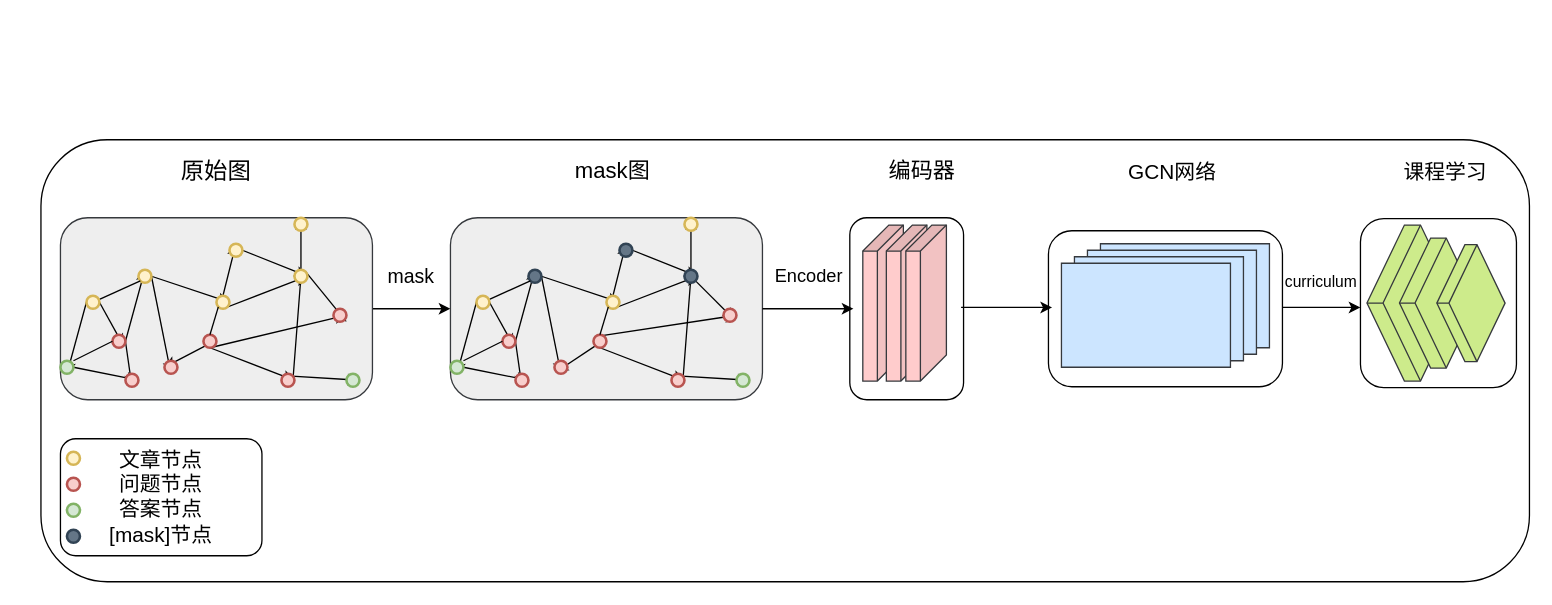
The draw.io diagram page "第 1 页" (1 of 2) of img/未命名绘图.drawio in Chenjingxue/ubiquitous-octo-garbanzo, before the edit. Source tidied: cells renumbered, new cells numbered last; positions are measured from the earlier drawing's top-left corner, leaving out a move shared by most shapes. Both pictures are drawn from the tidied source at 130%, with x=0, y=0 at pixel (40, 139).
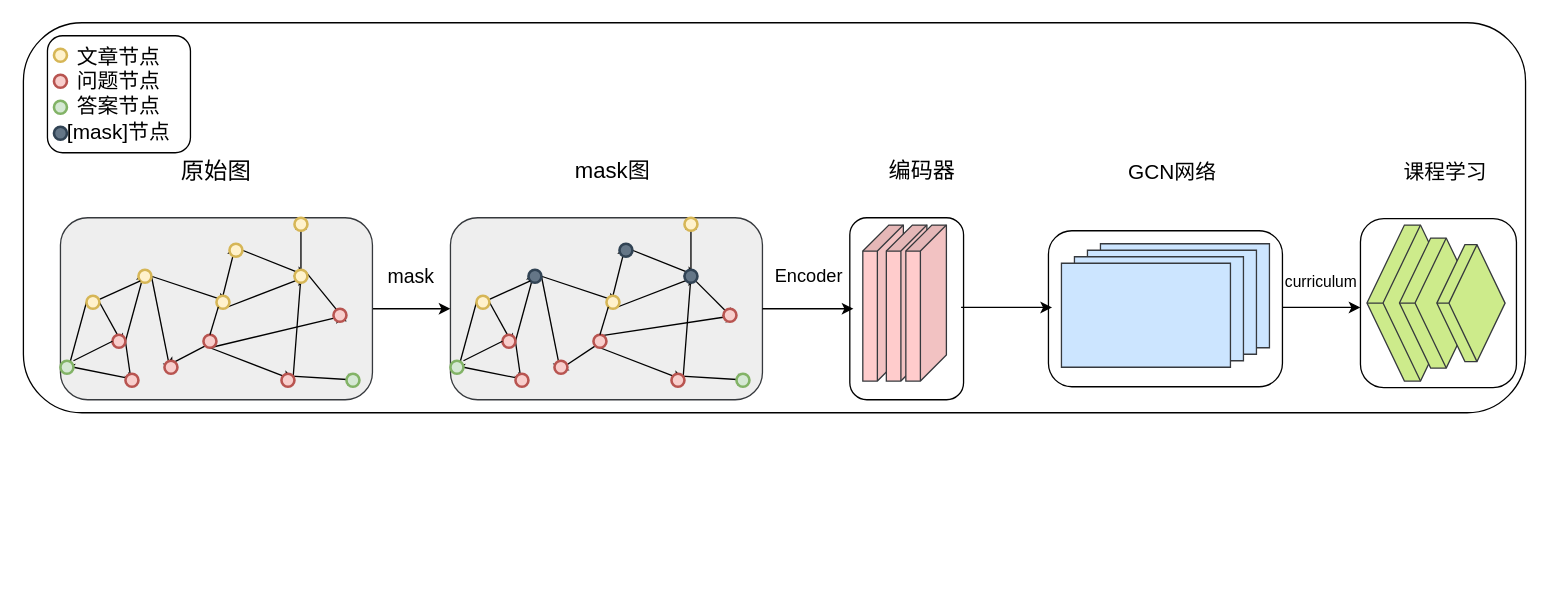
The same diagram, later.

Commit message:
更新未命名绘图.drawio

What changed in the source:
```diff
@@
-    <mxCell id="2" style="rounded=1;whiteSpace=wrap;html=1;" parent="1" vertex="1">
-      <mxGeometry width="1145" height="340" as="geometry" />
-    </mxCell>
+    <mxCell id="103" style="rounded=1;whiteSpace=wrap;html=1;" parent="1" vertex="1">
+      <mxGeometry x="-13.5" y="-90" width="1155.5" height="300" as="geometry" />
+    </mxCell>
@@
     <mxCell id="8" value="&lt;font style=&quot;font-size: 16px;&quot;&gt;文章节点&lt;br&gt;问题节点&lt;br&gt;答案节点&lt;br&gt;[mask]节点&lt;br&gt;&lt;br&gt;&lt;/font&gt;" style="rounded=1;whiteSpace=wrap;html=1;arcSize=13;verticalAlign=top;align=center;" parent="1" vertex="1">
-      <mxGeometry x="15" y="230" width="155" height="90" as="geometry" />
+      <mxGeometry x="5" y="-80" width="110" height="90" as="geometry" />
     </mxCell>
@@
     <mxCell id="43" style="strokeWidth=2;html=1;shape=mxgraph.flowchart.start_2;whiteSpace=wrap;spacingRight=0;fillColor=#f8cecc;strokeColor=#b85450;" parent="1" vertex="1">
-      <mxGeometry x="20" y="260" width="10" height="10" as="geometry" />
+      <mxGeometry x="10" y="-50" width="10" height="10" as="geometry" />
     </mxCell>
     <mxCell id="44" style="strokeWidth=2;html=1;shape=mxgraph.flowchart.start_2;whiteSpace=wrap;spacingRight=0;fillColor=#fff2cc;strokeColor=#d6b656;" parent="1" vertex="1">
-      <mxGeometry x="20" y="240" width="10" height="10" as="geometry" />
+      <mxGeometry x="10" y="-70" width="10" height="10" as="geometry" />
     </mxCell>
     <mxCell id="45" style="strokeWidth=2;html=1;shape=mxgraph.flowchart.start_2;whiteSpace=wrap;spacingRight=0;fillColor=#d5e8d4;strokeColor=#82b366;" parent="1" vertex="1">
-      <mxGeometry x="20" y="280" width="10" height="10" as="geometry" />
+      <mxGeometry x="10" y="-30" width="10" height="10" as="geometry" />
     </mxCell>
@@
     <mxCell id="81" style="strokeWidth=2;html=1;shape=mxgraph.flowchart.start_2;whiteSpace=wrap;spacingRight=0;fillColor=#647687;strokeColor=#314354;fontColor=#ffffff;" parent="1" vertex="1">
-      <mxGeometry x="20" y="300" width="10" height="10" as="geometry" />
+      <mxGeometry x="10" y="-10" width="10" height="10" as="geometry" />
     </mxCell>
```
